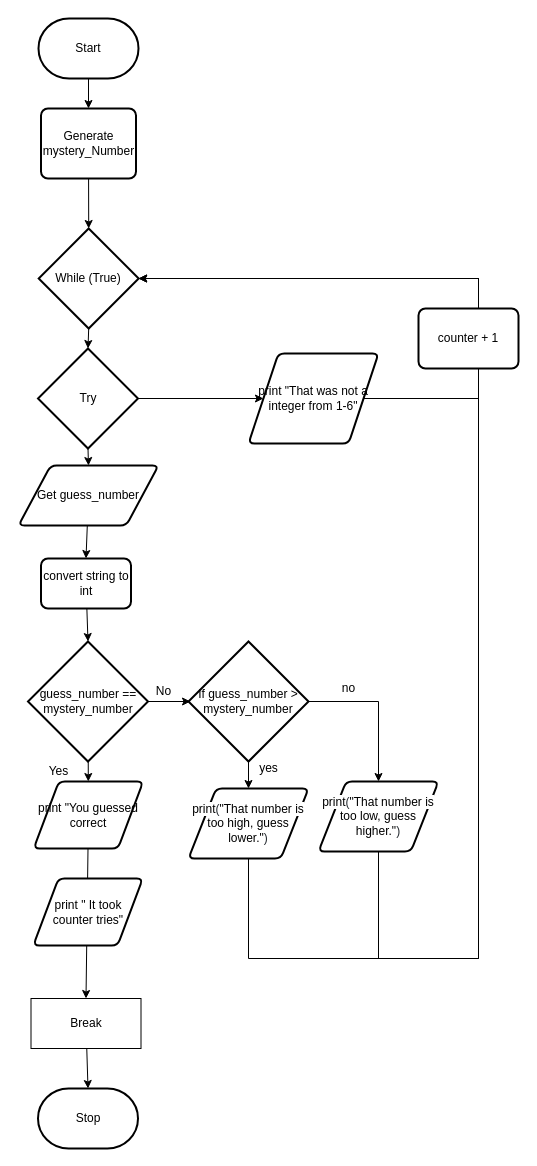
This is flow.drawio from Peter-Gemmell/ics4u-Unit1-04-typescript, a draw.io file, before an edit. Source tidied: cells renumbered, new cells numbered last; positions are measured from the earlier drawing's top-left corner, leaving out a move shared by most shapes. Both pictures are drawn from the tidied source at 100%, with x=0, y=0 at pixel (18, 18).
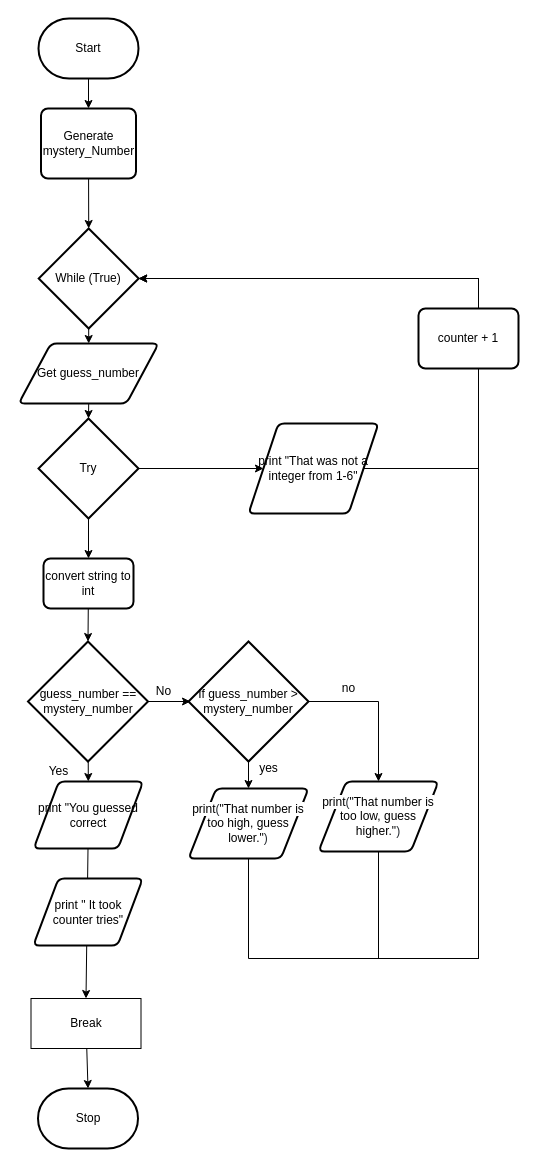
The same diagram, later.

Unchanged cells that the change refers to:
```xml
<mxCell id="24" value="While (True)" style="strokeWidth=2;html=1;shape=mxgraph.flowchart.decision;whiteSpace=wrap;" parent="1" vertex="1">
  <mxGeometry x="20.2" y="210" width="100" height="100" as="geometry" />
</mxCell>
```

Diff of the diagram source:
```diff
@@
     <mxCell id="12" style="edgeStyle=none;rounded=0;html=1;entryX=1;entryY=0.5;entryDx=0;entryDy=0;entryPerimeter=0;exitX=1;exitY=0.5;exitDx=0;exitDy=0;" parent="1" edge="1" source="13" target="24">
       <mxGeometry relative="1" as="geometry">
         <Array as="points">
-          <mxPoint x="460" y="380" />
+          <mxPoint x="460" y="450" />
           <mxPoint x="460" y="260" />
         </Array>
       </mxGeometry>
     </mxCell>
     <mxCell id="13" value="print &quot;That was not a integer from 1-6&quot;" style="shape=parallelogram;html=1;strokeWidth=2;perimeter=parallelogramPerimeter;whiteSpace=wrap;rounded=1;arcSize=12;size=0.23;" parent="1" vertex="1">
-      <mxGeometry x="230" y="335" width="130" height="90" as="geometry" />
+      <mxGeometry x="230" y="405" width="130" height="90" as="geometry" />
     </mxCell>
@@
-    <mxCell id="15" style="edgeStyle=none;rounded=0;html=1;exitX=0.5;exitY=1;exitDx=0;exitDy=0;exitPerimeter=0;entryX=0.5;entryY=0;entryDx=0;entryDy=0;" parent="1" edge="1" source="16" target="22">
-      <mxGeometry relative="1" as="geometry" />
-    </mxCell>
+    <mxCell id="38" style="edgeStyle=none;html=1;exitX=0.5;exitY=1;exitDx=0;exitDy=0;exitPerimeter=0;entryX=0.5;entryY=0;entryDx=0;entryDy=0;" parent="1" edge="1" source="16" target="20">
+      <mxGeometry relative="1" as="geometry" />
+    </mxCell>
     <mxCell id="16" value="Try" style="strokeWidth=2;html=1;shape=mxgraph.flowchart.decision;whiteSpace=wrap;" parent="1" vertex="1">
-      <mxGeometry x="19.5" y="330" width="100" height="100" as="geometry" />
+      <mxGeometry x="20" y="400" width="100" height="100" as="geometry" />
     </mxCell>
@@
     <mxCell id="20" value="&lt;span&gt;convert string to int&lt;/span&gt;" style="rounded=1;whiteSpace=wrap;html=1;absoluteArcSize=1;arcSize=14;strokeWidth=2;" parent="1" vertex="1">
-      <mxGeometry x="22.5" y="540" width="90" height="50" as="geometry" />
+      <mxGeometry x="25" y="540" width="90" height="50" as="geometry" />
     </mxCell>
-    <mxCell id="21" style="edgeStyle=none;rounded=0;html=1;entryX=0.5;entryY=0;entryDx=0;entryDy=0;" parent="1" edge="1" source="22" target="20">
-      <mxGeometry relative="1" as="geometry" />
-    </mxCell>
-    <mxCell id="22" value="Get guess_number" style="shape=parallelogram;html=1;strokeWidth=2;perimeter=parallelogramPerimeter;whiteSpace=wrap;rounded=1;arcSize=12;size=0.23;" parent="1" vertex="1">
-      <mxGeometry y="447" width="140" height="60" as="geometry" />
-    </mxCell>
-    <mxCell id="23" style="edgeStyle=none;rounded=0;html=1;exitX=0.5;exitY=1;exitDx=0;exitDy=0;exitPerimeter=0;entryX=0.5;entryY=0;entryDx=0;entryDy=0;entryPerimeter=0;" parent="1" edge="1" source="24" target="16">
-      <mxGeometry relative="1" as="geometry" />
-    </mxCell>
+    <mxCell id="39" style="edgeStyle=none;html=1;exitX=0.5;exitY=1;exitDx=0;exitDy=0;exitPerimeter=0;entryX=0.5;entryY=0;entryDx=0;entryDy=0;" parent="1" edge="1" source="24" target="22">
+      <mxGeometry relative="1" as="geometry" />
+    </mxCell>
@@
+    <mxCell id="40" style="edgeStyle=none;html=1;exitX=0.5;exitY=1;exitDx=0;exitDy=0;entryX=0.5;entryY=0;entryDx=0;entryDy=0;entryPerimeter=0;" parent="1" edge="1" source="22" target="16">
+      <mxGeometry relative="1" as="geometry" />
+    </mxCell>
+    <mxCell id="22" value="Get guess_number" style="shape=parallelogram;html=1;strokeWidth=2;perimeter=parallelogramPerimeter;whiteSpace=wrap;rounded=1;arcSize=12;size=0.23;" parent="1" vertex="1">
+      <mxGeometry x="0.2" y="325" width="140" height="60" as="geometry" />
+    </mxCell>
```
